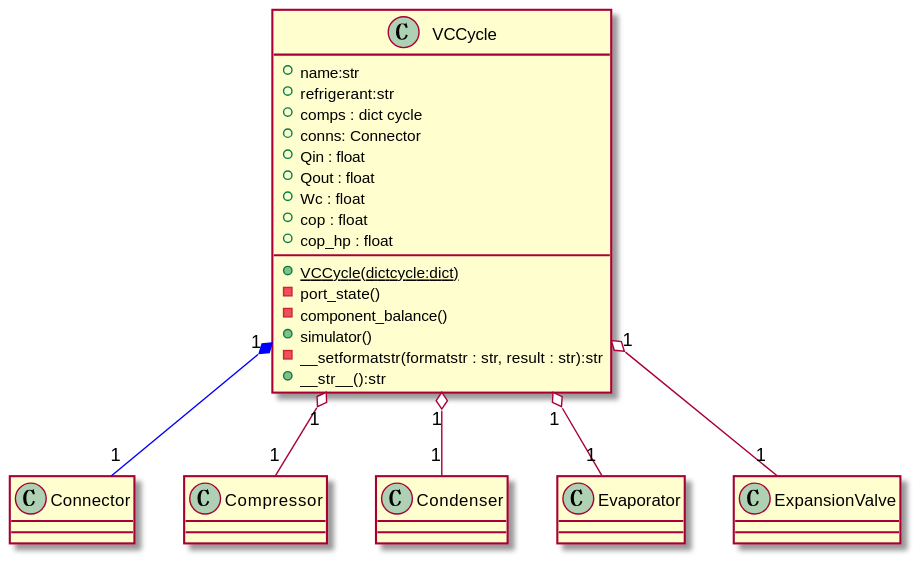
Above: doc/uml/img/vccycle-components-connector.svg in thermalogic/SimVCCE (PlantUML), before the change.
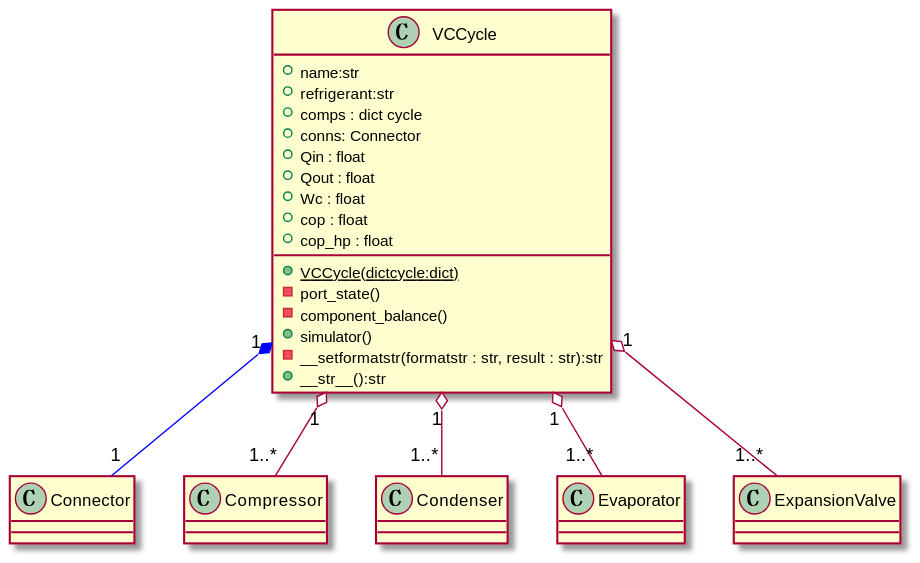
Above is the later version.

What changed in the source:
```diff
@@ -17,10 +17,10 @@
        + __str__():str
  }
 VCCycle "1" *-[#blue]- "1" Connector
-VCCycle "1" o-- "1" Compressor
-VCCycle "1" o-- "1" Condenser
-VCCycle "1" o-- "1" Evaporator
-VCCycle "1" o-- "1" ExpansionValve
+VCCycle "1" o-- "1..*" Compressor
+VCCycle "1" o-- "1..*" Condenser
+VCCycle "1" o-- "1..*" Evaporator
+VCCycle "1" o-- "1..*" ExpansionValve
 
 
 @enduml
```
